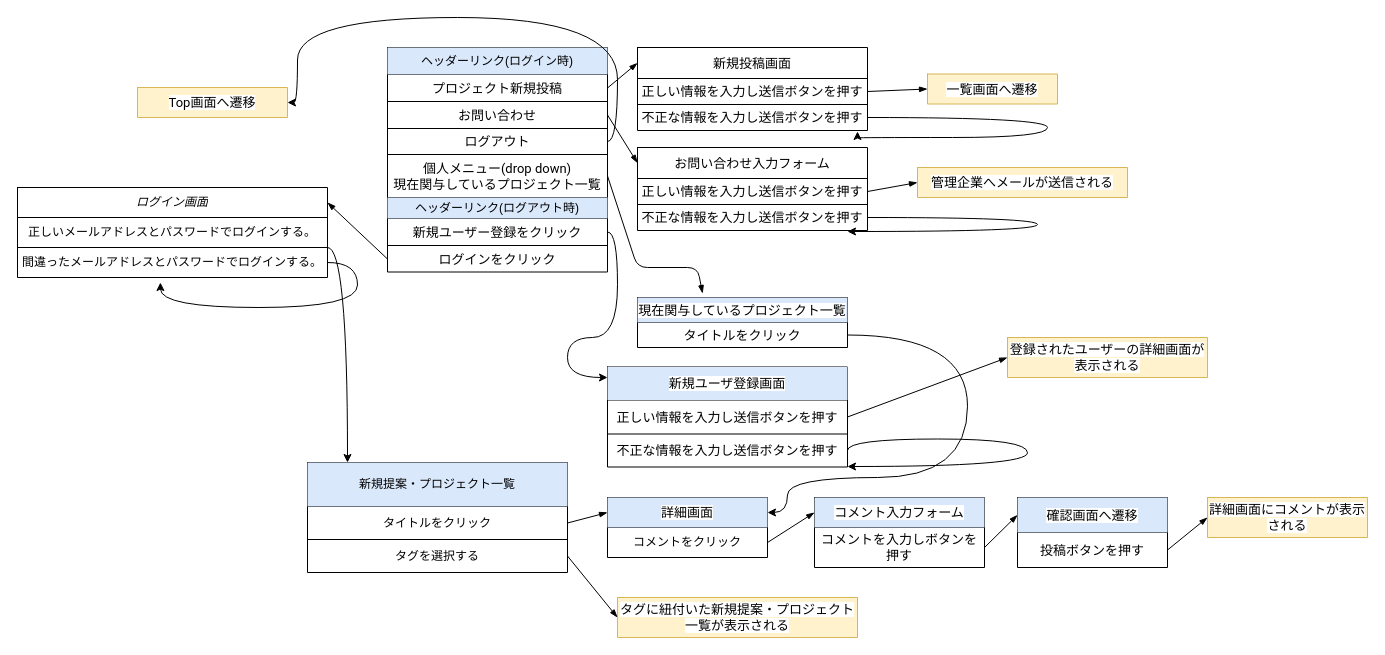
Earlier version of the draw.io diagram page "画面遷移図" (1 of 2) of 名称未設定ファイル.drawio (Sec-il-n/dic_guraduate_parts). Source tidied: cells renumbered, new cells numbered last; positions are measured from the earlier drawing's top-left corner, leaving out a move shared by most shapes. Both pictures are drawn from the tidied source at 100%, with x=0, y=0 at pixel (17, 17).
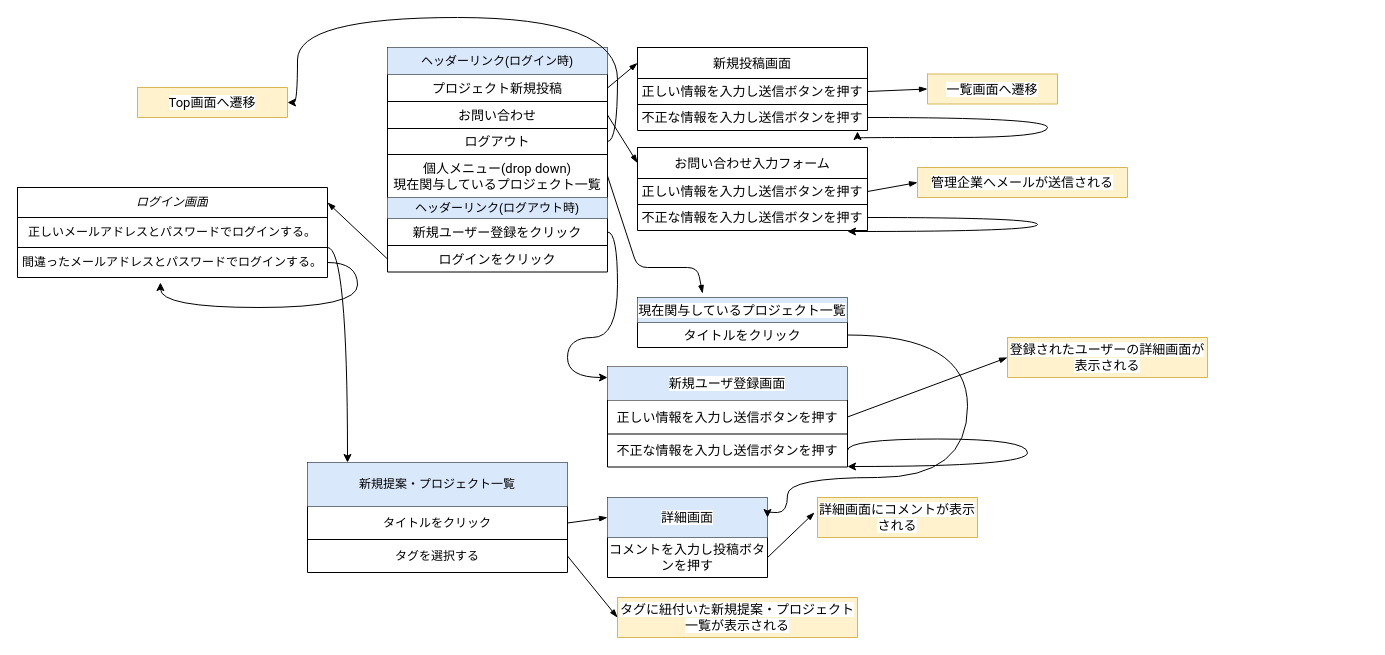
The same page after the edit.

Commit message:
名称未設定ファイル.drawio を更新します

Unchanged cells that the change refers to:
```xml
<mxCell id="34" style="shape=partialRectangle;html=1;whiteSpace=wrap;fillColor=none;top=0;left=0;bottom=0;right=0;points=[[0,0.5],[1,0.5]];portConstraint=eastwest;" parent="33" vertex="1">
  <mxGeometry width="160" height="40" as="geometry" />
</mxCell>
```

Change to the diagram source:
```diff
@@
     <mxCell id="18" style="shape=table;html=1;whiteSpace=wrap;startSize=0;childLayout=tableLayout;" parent="1" vertex="1">
-      <mxGeometry x="590" y="480" width="160" height="60" as="geometry" />
+      <mxGeometry x="590" y="480" width="160" height="80" as="geometry" />
     </mxCell>
     <mxCell id="19" style="shape=partialRectangle;html=1;whiteSpace=wrap;fillColor=none;top=0;left=0;bottom=0;right=0;points=[[0,0.5],[1,0.5]];portConstraint=eastwest;" parent="18" vertex="1">
-      <mxGeometry width="160" height="30" as="geometry" />
+      <mxGeometry width="160" height="40" as="geometry" />
     </mxCell>
     <mxCell id="20" value="&lt;span style=&quot;font-family: &amp;#34;roboto&amp;#34; , &amp;#34;robotodraft&amp;#34; , &amp;#34;helvetica&amp;#34; , &amp;#34;arial&amp;#34; , sans-serif ; font-size: 13px ; background-color: rgb(255 , 255 , 255)&quot;&gt;詳細画面&lt;/span&gt;" style="shape=partialRectangle;html=1;whiteSpace=wrap;overflow=hidden;fillColor=#dae8fc;top=0;left=0;bottom=0;right=0;strokeColor=#6c8ebf;" parent="19" vertex="1">
-      <mxGeometry width="160" height="30" as="geometry" />
+      <mxGeometry width="160" height="40" as="geometry" />
     </mxCell>
     <mxCell id="21" style="shape=partialRectangle;html=1;whiteSpace=wrap;fillColor=none;top=0;left=0;bottom=0;right=0;points=[[0,0.5],[1,0.5]];portConstraint=eastwest;" parent="18" vertex="1">
-      <mxGeometry y="30" width="160" height="30" as="geometry" />
+      <mxGeometry y="40" width="160" height="40" as="geometry" />
     </mxCell>
-    <mxCell id="22" value="コメントをクリック" style="shape=partialRectangle;html=1;whiteSpace=wrap;overflow=hidden;fillColor=none;top=0;left=0;bottom=0;right=0;" parent="21" vertex="1">
-      <mxGeometry width="160" height="30" as="geometry" />
+    <mxCell id="22" value="&lt;span style=&quot;font-family: &amp;#34;roboto&amp;#34; , &amp;#34;robotodraft&amp;#34; , &amp;#34;helvetica&amp;#34; , &amp;#34;arial&amp;#34; , sans-serif ; font-size: 13px ; background-color: rgb(255 , 255 , 255)&quot;&gt;コメントを入力し&lt;/span&gt;&lt;span style=&quot;font-family: &amp;#34;roboto&amp;#34; , &amp;#34;robotodraft&amp;#34; , &amp;#34;helvetica&amp;#34; , &amp;#34;arial&amp;#34; , sans-serif ; font-size: 13px ; background-color: rgb(255 , 255 , 255)&quot;&gt;投稿ボタンを押す&lt;/span&gt;&lt;span style=&quot;font-family: &amp;#34;roboto&amp;#34; , &amp;#34;robotodraft&amp;#34; , &amp;#34;helvetica&amp;#34; , &amp;#34;arial&amp;#34; , sans-serif ; font-size: 13px ; background-color: rgb(255 , 255 , 255)&quot;&gt;&lt;br&gt;&lt;/span&gt;" style="shape=partialRectangle;html=1;whiteSpace=wrap;overflow=hidden;fillColor=none;top=0;left=0;bottom=0;right=0;" parent="21" vertex="1">
+      <mxGeometry width="160" height="40" as="geometry" />
     </mxCell>
-    <mxCell id="23" style="shape=table;html=1;whiteSpace=wrap;startSize=0;childLayout=tableLayout;" parent="1" vertex="1">
-      <mxGeometry x="797" y="480" width="170" height="70" as="geometry" />
-    </mxCell>
-    <mxCell id="24" style="shape=partialRectangle;html=1;whiteSpace=wrap;fillColor=none;top=0;left=0;bottom=0;right=0;points=[[0,0.5],[1,0.5]];portConstraint=eastwest;" parent="23" vertex="1">
-      <mxGeometry width="170" height="30" as="geometry" />
-    </mxCell>
-    <mxCell id="25" value="&lt;span style=&quot;font-family: &amp;#34;roboto&amp;#34; , &amp;#34;robotodraft&amp;#34; , &amp;#34;helvetica&amp;#34; , &amp;#34;arial&amp;#34; , sans-serif ; font-size: 13px ; background-color: rgb(255 , 255 , 255)&quot;&gt;コメント入力フォーム &lt;/span&gt;" style="shape=partialRectangle;html=1;whiteSpace=wrap;overflow=hidden;fillColor=#dae8fc;top=0;left=0;bottom=0;right=0;strokeColor=#6c8ebf;" parent="24" vertex="1">
-      <mxGeometry width="170" height="30" as="geometry" />
-    </mxCell>
-    <mxCell id="26" style="shape=partialRectangle;html=1;whiteSpace=wrap;fillColor=none;top=0;left=0;bottom=0;right=0;points=[[0,0.5],[1,0.5]];portConstraint=eastwest;" parent="23" vertex="1">
-      <mxGeometry y="30" width="170" height="40" as="geometry" />
-    </mxCell>
-    <mxCell id="27" value="&lt;span style=&quot;font-family: &amp;#34;roboto&amp;#34; , &amp;#34;robotodraft&amp;#34; , &amp;#34;helvetica&amp;#34; , &amp;#34;arial&amp;#34; , sans-serif ; font-size: 13px ; background-color: rgb(255 , 255 , 255)&quot;&gt;コメントを入力しボタンを押す&lt;/span&gt;" style="shape=partialRectangle;html=1;whiteSpace=wrap;overflow=hidden;fillColor=none;top=0;left=0;bottom=0;right=0;" parent="26" vertex="1">
-      <mxGeometry width="170" height="40" as="geometry" />
-    </mxCell>
-    <mxCell id="28" style="shape=table;html=1;whiteSpace=wrap;startSize=0;childLayout=tableLayout;" parent="1" vertex="1">
-      <mxGeometry x="1000" y="480" width="150" height="70" as="geometry" />
-    </mxCell>
-    <mxCell id="29" style="shape=partialRectangle;html=1;whiteSpace=wrap;fillColor=none;top=0;left=0;bottom=0;right=0;points=[[0,0.5],[1,0.5]];portConstraint=eastwest;" parent="28" vertex="1">
-      <mxGeometry width="150" height="35" as="geometry" />
-    </mxCell>
-    <mxCell id="30" value="&lt;span style=&quot;font-family: &amp;#34;roboto&amp;#34; , &amp;#34;robotodraft&amp;#34; , &amp;#34;helvetica&amp;#34; , &amp;#34;arial&amp;#34; , sans-serif ; font-size: 13px ; background-color: rgb(255 , 255 , 255)&quot;&gt;確認画面へ遷移&lt;/span&gt;" style="shape=partialRectangle;html=1;whiteSpace=wrap;overflow=hidden;fillColor=#dae8fc;top=0;left=0;bottom=0;right=0;strokeColor=#6c8ebf;" parent="29" vertex="1">
-      <mxGeometry width="150" height="35" as="geometry" />
-    </mxCell>
-    <mxCell id="31" style="shape=partialRectangle;html=1;whiteSpace=wrap;fillColor=none;top=0;left=0;bottom=0;right=0;points=[[0,0.5],[1,0.5]];portConstraint=eastwest;" parent="28" vertex="1">
-      <mxGeometry y="35" width="150" height="35" as="geometry" />
-    </mxCell>
-    <mxCell id="32" value="&lt;span style=&quot;font-family: &amp;#34;roboto&amp;#34; , &amp;#34;robotodraft&amp;#34; , &amp;#34;helvetica&amp;#34; , &amp;#34;arial&amp;#34; , sans-serif ; font-size: 13px ; background-color: rgb(255 , 255 , 255)&quot;&gt;投稿ボタンを押す&lt;/span&gt;" style="shape=partialRectangle;html=1;whiteSpace=wrap;overflow=hidden;fillColor=none;top=0;left=0;bottom=0;right=0;" parent="31" vertex="1">
-      <mxGeometry width="150" height="35" as="geometry" />
-    </mxCell>
     <mxCell id="33" style="shape=table;html=1;whiteSpace=wrap;startSize=0;childLayout=tableLayout;fillColor=#fff2cc;strokeColor=#d6b656;" parent="1" vertex="1">
-      <mxGeometry x="1190" y="480" width="160" height="40" as="geometry" />
+      <mxGeometry x="800" y="480" width="160" height="40" as="geometry" />
     </mxCell>
@@
-    <mxCell id="85" style="edgeStyle=none;jettySize=auto;html=1;exitX=0;exitY=0.5;exitDx=0;exitDy=0;entryX=1;entryY=0.5;entryDx=0;entryDy=0;startArrow=blockThin;startFill=1;endArrow=none;endFill=0;" parent="1" edge="1" source="24" target="21">
-      <mxGeometry relative="1" as="geometry" />
+    <mxCell id="85" style="edgeStyle=none;jettySize=auto;html=1;exitX=0;exitY=0.5;exitDx=0;exitDy=0;entryX=1;entryY=0.5;entryDx=0;entryDy=0;startArrow=blockThin;startFill=1;endArrow=none;endFill=0;" parent="1" edge="1" target="21">
+      <mxGeometry relative="1" as="geometry">
+        <mxPoint x="797" y="495" as="sourcePoint" />
+      </mxGeometry>
     </mxCell>
-    <mxCell id="86" style="edgeStyle=none;jettySize=auto;html=1;exitX=0;exitY=0.5;exitDx=0;exitDy=0;entryX=1;entryY=0.5;entryDx=0;entryDy=0;startArrow=blockThin;startFill=1;endArrow=none;endFill=0;" parent="1" edge="1" source="29" target="26">
-      <mxGeometry relative="1" as="geometry" />
-    </mxCell>
-    <mxCell id="87" style="edgeStyle=none;jettySize=auto;html=1;exitX=0;exitY=0.5;exitDx=0;exitDy=0;entryX=1;entryY=0.5;entryDx=0;entryDy=0;startArrow=blockThin;startFill=1;endArrow=none;endFill=0;" parent="1" edge="1" source="34" target="31">
-      <mxGeometry relative="1" as="geometry" />
-    </mxCell>
```
